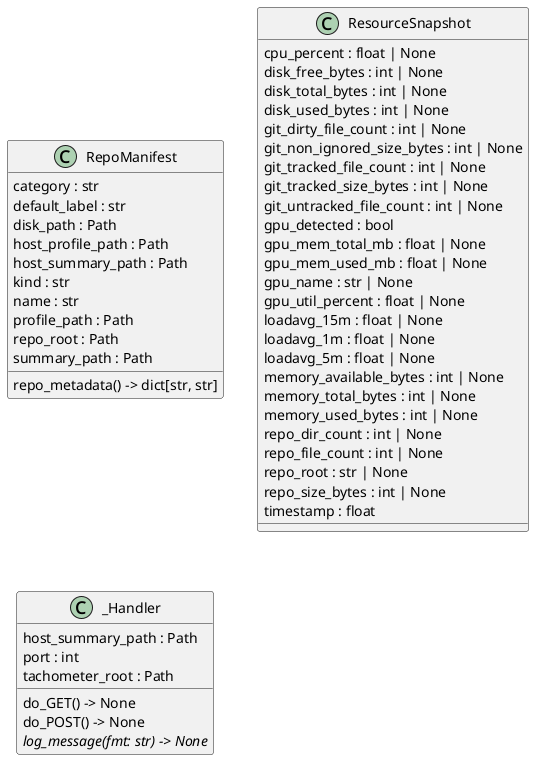
Earlier version of the PlantUML export docs/diagrams/python-classes.puml.png (casonk/tachometer). Its diagram source:
```plantuml
@startuml classes_tachometer
set namespaceSeparator none
class "RepoManifest" as tachometer.model.RepoManifest {
  category : str
  default_label : str
  disk_path : Path
  host_profile_path : Path
  host_summary_path : Path
  kind : str
  name : str
  profile_path : Path
  repo_root : Path
  summary_path : Path
  repo_metadata() -> dict[str, str]
}
class "ResourceSnapshot" as tachometer.model.ResourceSnapshot {
  cpu_percent : float | None
  disk_free_bytes : int | None
  disk_total_bytes : int | None
  disk_used_bytes : int | None
  git_dirty_file_count : int | None
  git_non_ignored_size_bytes : int | None
  git_tracked_file_count : int | None
  git_tracked_size_bytes : int | None
  git_untracked_file_count : int | None
  gpu_detected : bool
  gpu_mem_total_mb : float | None
  gpu_mem_used_mb : float | None
  gpu_name : str | None
  gpu_util_percent : float | None
  loadavg_15m : float | None
  loadavg_1m : float | None
  loadavg_5m : float | None
  memory_available_bytes : int | None
  memory_total_bytes : int | None
  memory_used_bytes : int | None
  repo_dir_count : int | None
  repo_file_count : int | None
  repo_root : str | None
  repo_size_bytes : int | None
  timestamp : float
}
class "_Handler" as tachometer.server._Handler {
  host_summary_path : Path
  port : int
  tachometer_root : Path
  do_GET() -> None
  do_POST() -> None
  {abstract}log_message(fmt: str) -> None
}
@enduml
```
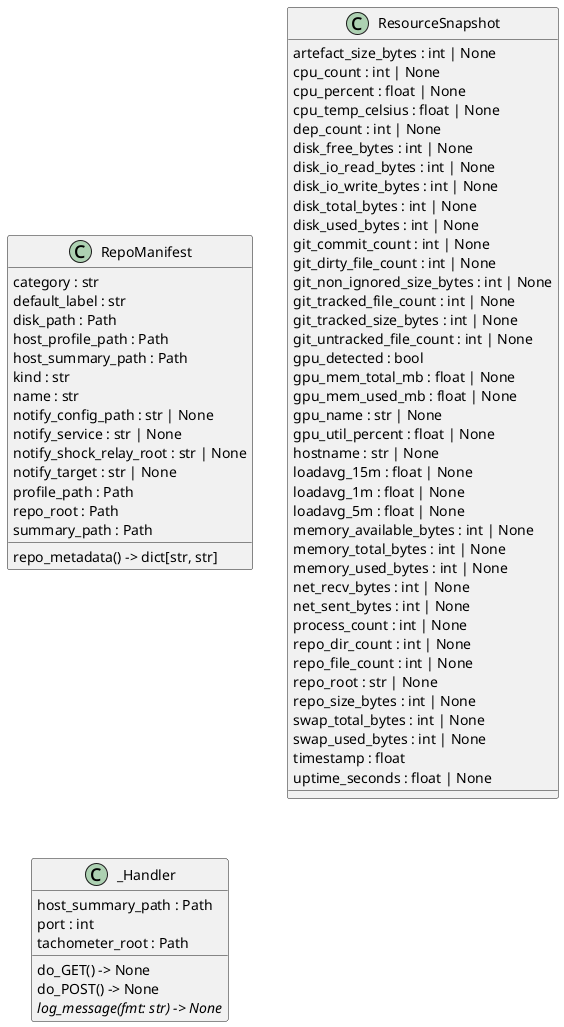
The same file after the commit.

What changed in the source:
```diff
@@ -8,16 +8,27 @@
   host_summary_path : Path
   kind : str
   name : str
+  notify_config_path : str | None
+  notify_service : str | None
+  notify_shock_relay_root : str | None
+  notify_target : str | None
   profile_path : Path
   repo_root : Path
   summary_path : Path
   repo_metadata() -> dict[str, str]
 }
 class "ResourceSnapshot" as tachometer.model.ResourceSnapshot {
+  artefact_size_bytes : int | None
+  cpu_count : int | None
   cpu_percent : float | None
+  cpu_temp_celsius : float | None
+  dep_count : int | None
   disk_free_bytes : int | None
+  disk_io_read_bytes : int | None
+  disk_io_write_bytes : int | None
   disk_total_bytes : int | None
   disk_used_bytes : int | None
+  git_commit_count : int | None
   git_dirty_file_count : int | None
   git_non_ignored_size_bytes : int | None
   git_tracked_file_count : int | None
@@ -28,17 +39,24 @@
   gpu_mem_used_mb : float | None
   gpu_name : str | None
   gpu_util_percent : float | None
+  hostname : str | None
   loadavg_15m : float | None
   loadavg_1m : float | None
   loadavg_5m : float | None
   memory_available_bytes : int | None
   memory_total_bytes : int | None
   memory_used_bytes : int | None
+  net_recv_bytes : int | None
+  net_sent_bytes : int | None
+  process_count : int | None
   repo_dir_count : int | None
   repo_file_count : int | None
   repo_root : str | None
   repo_size_bytes : int | None
+  swap_total_bytes : int | None
+  swap_used_bytes : int | None
   timestamp : float
+  uptime_seconds : float | None
 }
 class "_Handler" as tachometer.server._Handler {
   host_summary_path : Path
```
